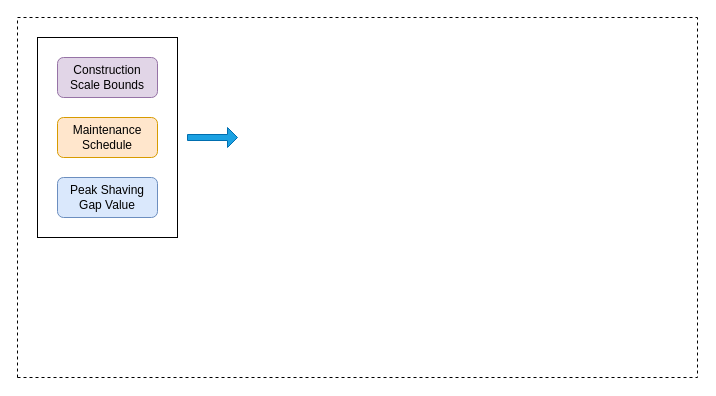
Above: Untitled Diagram.drawio in sohagkumarsaha/sample.github.io (draw.io), before the change. Source tidied: cells renumbered, new cells numbered last; positions are measured from the earlier drawing's top-left corner, leaving out a move shared by most shapes. Both pictures are drawn from the tidied source at 100%, with x=0, y=0 at pixel (17, 17).
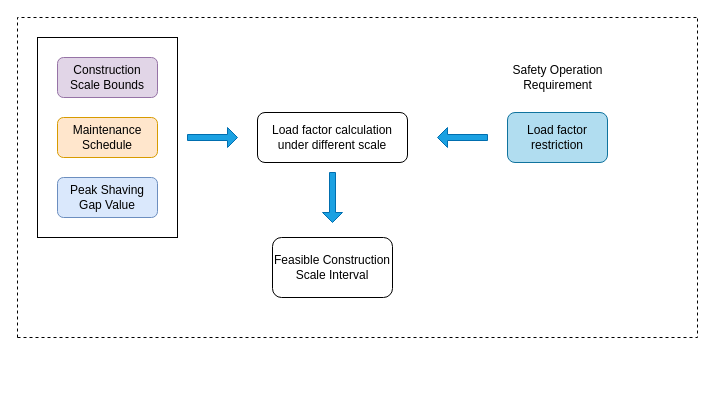
The same diagram, later.

Change to the diagram source:
```diff
@@
 <mxGraphModel>
   <root>
     <mxCell id="0" />
     <mxCell id="1" parent="0" />
     <mxCell id="2" style="endArrow=none;dashed=1;html=1;rounded=0;" parent="1" edge="1">
       <mxGeometry relative="1" as="geometry">
-        <mxPoint y="360" as="sourcePoint" />
+        <mxPoint y="320" as="sourcePoint" />
         <mxPoint x="680" as="targetPoint" />
         <Array as="points">
           <mxPoint />
         </Array>
       </mxGeometry>
     </mxCell>
     <mxCell id="3" style="endArrow=none;dashed=1;html=1;rounded=0;" parent="1" edge="1">
       <mxGeometry relative="1" as="geometry">
-        <mxPoint y="360" as="sourcePoint" />
+        <mxPoint y="320" as="sourcePoint" />
         <mxPoint x="680" as="targetPoint" />
         <Array as="points">
-          <mxPoint x="680" y="360" />
+          <mxPoint x="340" y="320" />
+          <mxPoint x="680" y="320" />
         </Array>
       </mxGeometry>
     </mxCell>
     <mxCell id="4" style="rounded=0;whiteSpace=wrap;html=1;" parent="1" vertex="1">
       <mxGeometry x="20" y="20" width="140" height="200" as="geometry" />
     </mxCell>
     <mxCell id="5" value="Construction Scale Bounds" style="rounded=1;whiteSpace=wrap;html=1;fillColor=#e1d5e7;strokeColor=#9673a6;" parent="1" vertex="1">
       <mxGeometry x="40" y="40" width="100" height="40" as="geometry" />
     </mxCell>
     <mxCell id="6" value="Maintenance Schedule" style="rounded=1;whiteSpace=wrap;html=1;fillColor=#ffe6cc;strokeColor=#d79b00;" parent="1" vertex="1">
       <mxGeometry x="40" y="100" width="100" height="40" as="geometry" />
     </mxCell>
     <mxCell id="7" value="Peak Shaving Gap Value" style="rounded=1;whiteSpace=wrap;html=1;fillColor=#dae8fc;strokeColor=#6c8ebf;" parent="1" vertex="1">
       <mxGeometry x="40" y="160" width="100" height="40" as="geometry" />
     </mxCell>
     <mxCell id="8" style="shape=singleArrow;whiteSpace=wrap;html=1;fillColor=#1ba1e2;strokeColor=#006EAF;fontColor=#ffffff;" parent="1" vertex="1">
       <mxGeometry x="170" y="110" width="50" height="20" as="geometry" />
     </mxCell>
+    <mxCell id="9" value="Load factor calculation under different scale" style="rounded=1;whiteSpace=wrap;html=1;" parent="1" vertex="1">
+      <mxGeometry x="240" y="95" width="150" height="50" as="geometry" />
+    </mxCell>
+    <mxCell id="10" style="shape=singleArrow;whiteSpace=wrap;html=1;fillColor=#1ba1e2;strokeColor=#006EAF;fontColor=#ffffff;direction=west;" parent="1" vertex="1">
+      <mxGeometry x="420" y="110" width="50" height="20" as="geometry" />
+    </mxCell>
+    <mxCell id="11" value="Load factor restriction" style="rounded=1;whiteSpace=wrap;html=1;fillColor=#b1ddf0;strokeColor=#10739e;" parent="1" vertex="1">
+      <mxGeometry x="490" y="95" width="100" height="50" as="geometry" />
+    </mxCell>
+    <mxCell id="12" value="Safety Operation &lt;br&gt;Requirement" style="text;html=1;align=center;verticalAlign=middle;strokeColor=none;fillColor=none;" parent="1" vertex="1">
+      <mxGeometry x="485" y="40" width="110" height="40" as="geometry" />
+    </mxCell>
+    <mxCell id="13" style="shape=singleArrow;whiteSpace=wrap;html=1;fillColor=#1ba1e2;strokeColor=#006EAF;fontColor=#ffffff;direction=south;" parent="1" vertex="1">
+      <mxGeometry x="305" y="155" width="20" height="50" as="geometry" />
+    </mxCell>
+    <mxCell id="14" value="Feasible Construction Scale Interval" style="rounded=1;whiteSpace=wrap;html=1;" parent="1" vertex="1">
+      <mxGeometry x="255" y="220" width="120" height="60" as="geometry" />
+    </mxCell>
   </root>
 </mxGraphModel>
```
